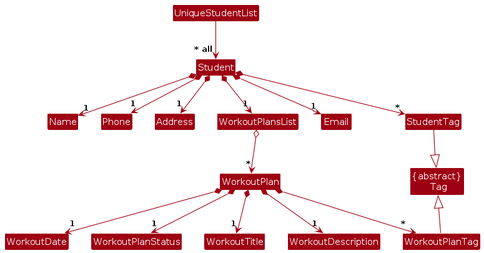
Above: diagrams/ModelEntitiesClassDiagram.png in AY2627S1-CS2103T-T11-4/tp (PlantUML), before the change. Its source is kept beside it as diagrams/ModelEntitiesClassDiagram.puml.
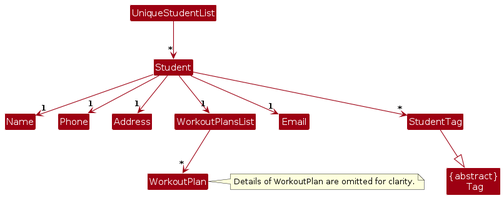
Later version of the same file.

The edit, as a diff of the source:
```diff
@@ -14,28 +14,21 @@
 Class StudentTag
 Class WorkoutPlansList
 Class WorkoutPlan
-Class WorkoutDate
-Class WorkoutPlanStatus
-Class WorkoutTitle
-Class WorkoutDescription
-Class WorkoutPlanTag
 
-UniqueStudentList --> "~* all" Student
-Student *--> "1" Name
-Student *--> "1" Phone
-Student *--> "1" Email
-Student *--> "1" Address
-Student *--> "*" StudentTag
-Student *--> "1" WorkoutPlansList
-WorkoutPlansList o--> "*" WorkoutPlan
-WorkoutPlan *--> "*" WorkoutPlanTag
-WorkoutPlan *--> "1" WorkoutPlanStatus
-WorkoutPlan *--> "1" WorkoutDate
-WorkoutPlan *--> "1" WorkoutTitle
-WorkoutPlan *--> "1" WorkoutDescription
+UniqueStudentList --> "*" Student
+Student --> "1" Name
+Student --> "1" Phone
+Student --> "1" Email
+Student --> "1" Address
+Student --> "*" StudentTag
+Student --> "1" WorkoutPlansList
+WorkoutPlansList --> "*" WorkoutPlan
+
+note right of WorkoutPlan
+  Details of WorkoutPlan are omitted for clarity.
+end note
 
 StudentTag --|> Tag
-WorkoutPlanTag -up-|> Tag
 
 Name -[hidden]right-> Phone
 Phone -[hidden]right-> Address
```
